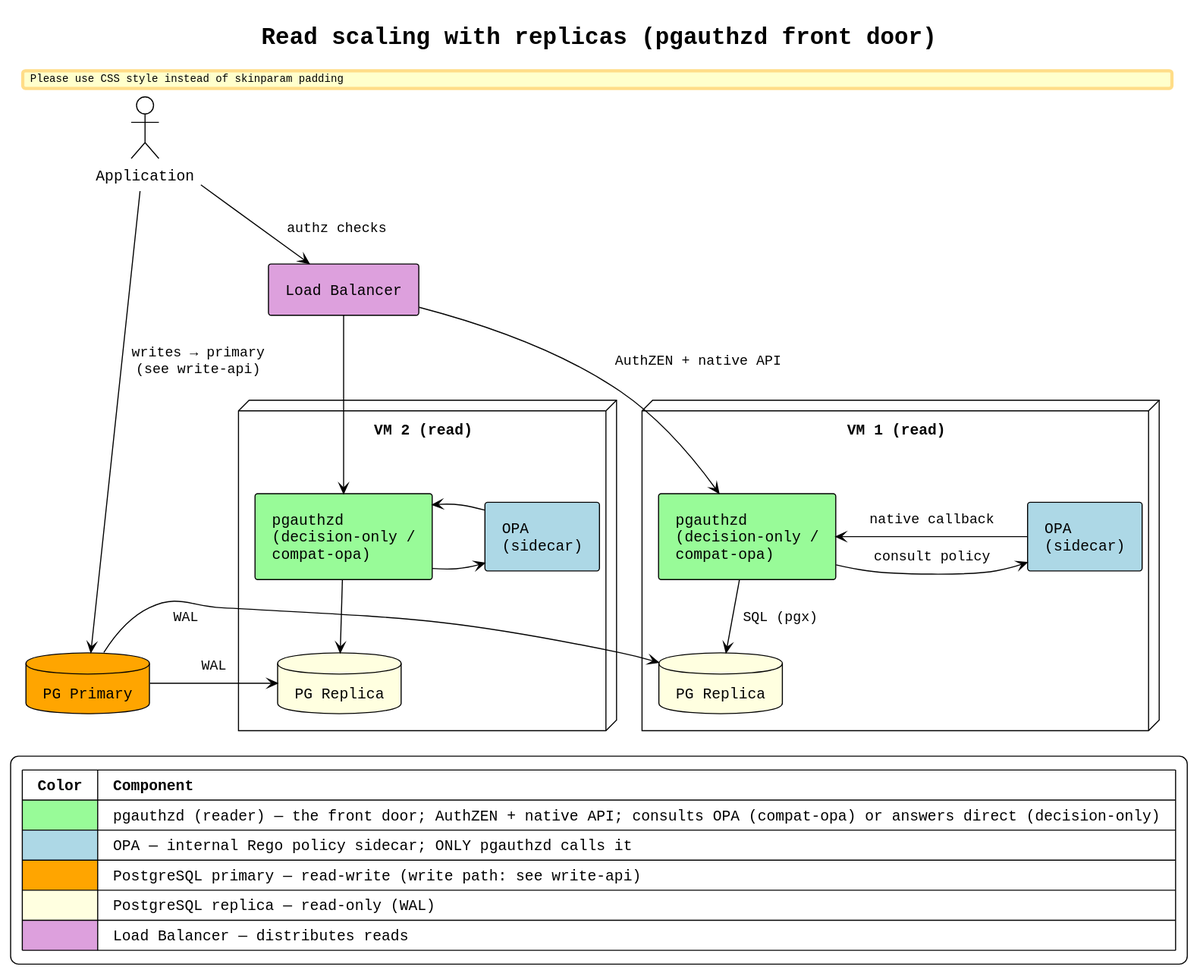
Above: docs/architecture-read-scaled.svg in thomasdarimont/pgauthz (PlantUML), before the change.
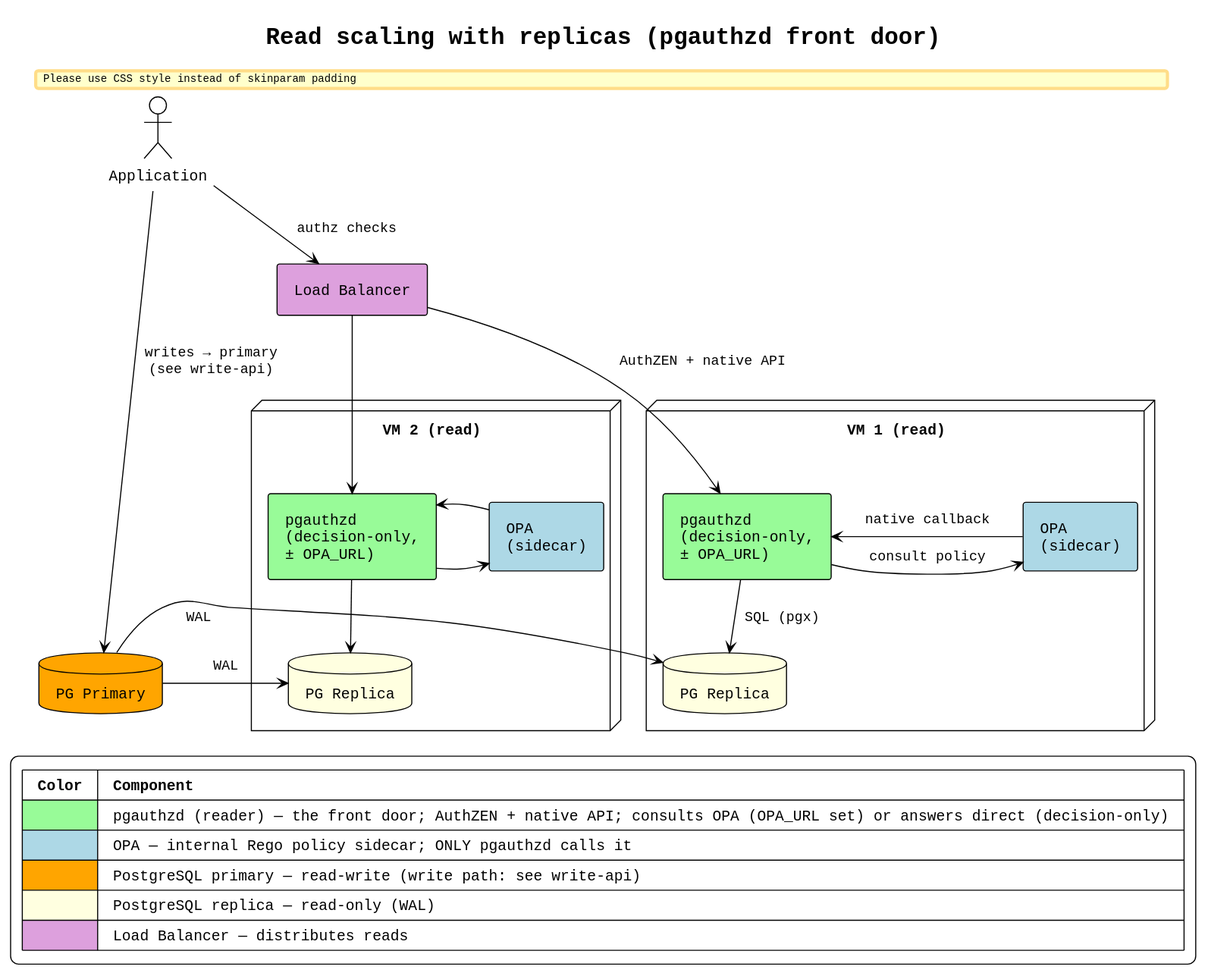
The same diagram one commit later.

Change to the diagram source:
```diff
@@ -14,13 +14,13 @@
 component "Load Balancer" as lb #Plum
 
 node "VM 1 (read)" as vm1 {
-    component "pgauthzd\n(decision-only /\ncompat-opa)" as pgd3a #PaleGreen
+    component "pgauthzd\n(decision-only,\n± OPA_URL)" as pgd3a #PaleGreen
     component "OPA\n(sidecar)" as opa3a #LightBlue
     database "PG Replica" as pgr3a #LightYellow
 }
 
 node "VM 2 (read)" as vm2 {
-    component "pgauthzd\n(decision-only /\ncompat-opa)" as pgd3b #PaleGreen
+    component "pgauthzd\n(decision-only,\n± OPA_URL)" as pgd3b #PaleGreen
     component "OPA\n(sidecar)" as opa3b #LightBlue
     database "PG Replica" as pgr3b #LightYellow
 }
@@ -44,7 +44,7 @@
 
 legend bottom left
   |= Color |= Component |
-  | <#PaleGreen> | pgauthzd (reader) — the front door; AuthZEN + native API; consults OPA (compat-opa) or answers direct (decision-only) |
+  | <#PaleGreen> | pgauthzd (reader) — the front door; AuthZEN + native API; consults OPA (OPA_URL set) or answers direct (decision-only) |
   | <#LightBlue> | OPA — internal Rego policy sidecar; ONLY pgauthzd calls it |
   | <#Orange> | PostgreSQL primary — read-write (write path: see write-api) |
   | <#LightYellow> | PostgreSQL replica — read-only (WAL) |
```
